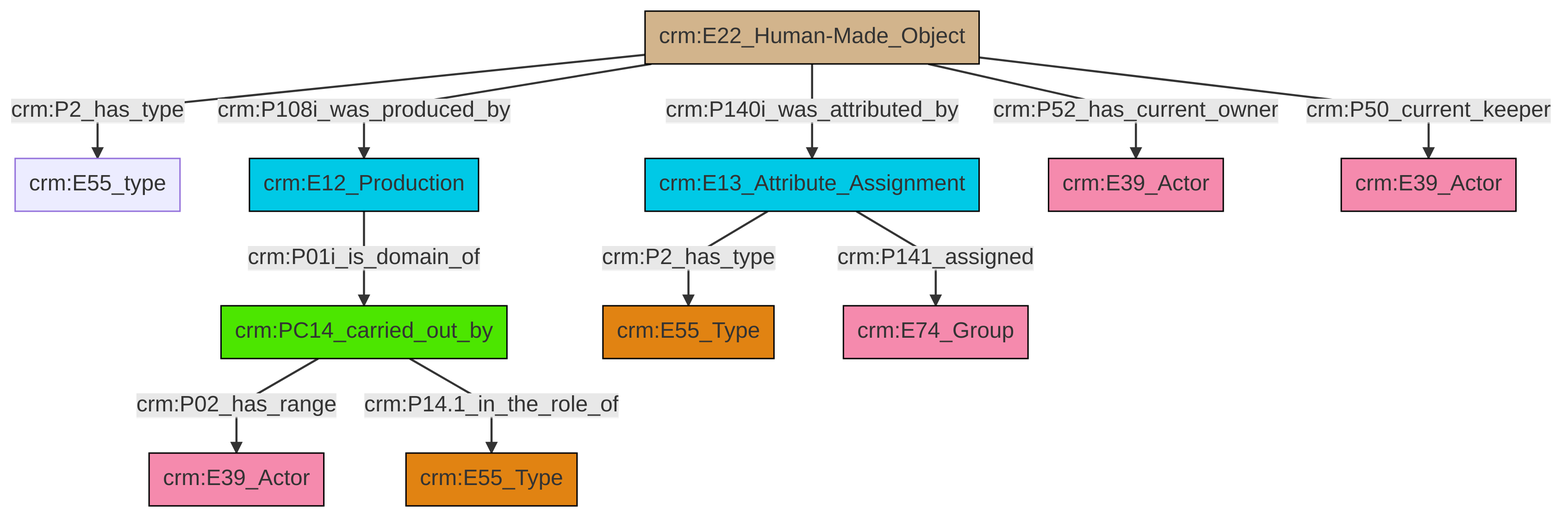
Above: et/artworkCSV/ttl/mmd/png/Artwork_Actor_Relations.png in swiss-art-research-net/docs.swissartresearch (Mermaid), before the change. Its source is kept beside it as et/artworkCSV/ttl/mmd/Artwork_Actor_Relations.ttl.mmd.
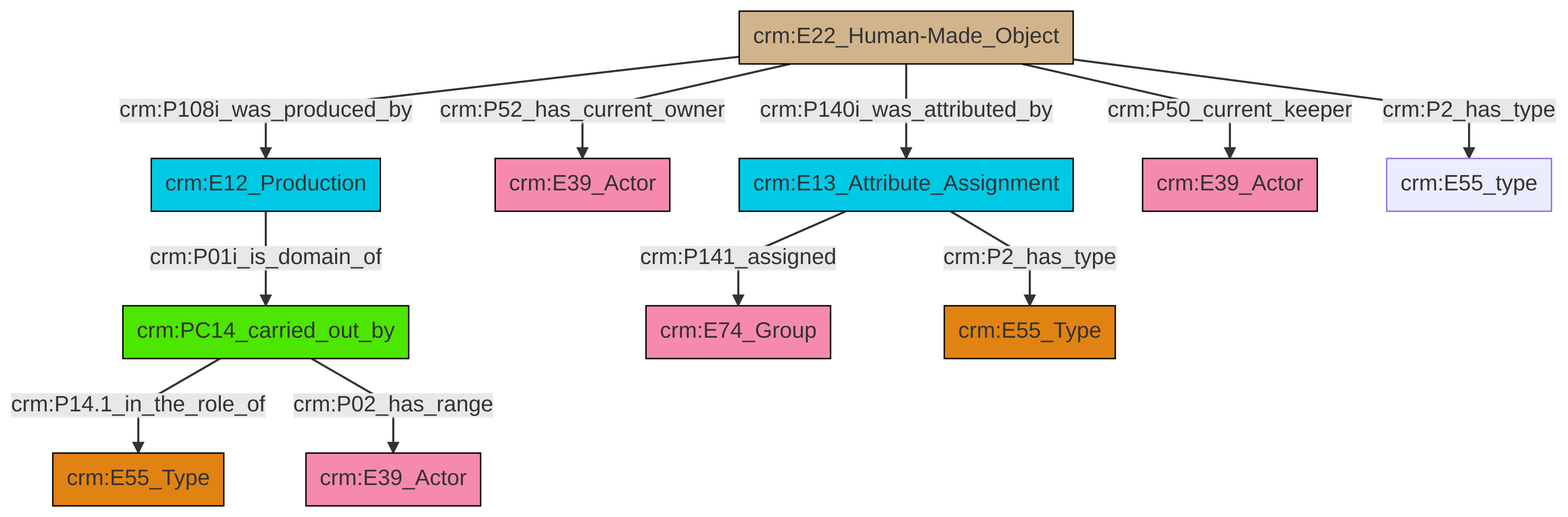
After the commit.

Change to the diagram source:
```diff
@@ -13,13 +13,13 @@
 classDef PC_Classes fill:#4ce600, stroke:#000000;
 classDef Multi fill:#cccccc,stroke:#000000;
 
-0["crm:E22_Human-Made_Object"]:::Physical_Thing -->|crm:P2_has_type| 1["crm:E55_type"]:::Default
-0["crm:E22_Human-Made_Object"]:::Physical_Thing -->|crm:P140i_was_attributed_by| 2["crm:E13_Attribute_Assignment"]:::Temporal_Entity
-5["crm:PC14_carried_out_by"]:::PC_Classes -->|crm:P02_has_range| 6["crm:E39_Actor"]:::Actor
-0["crm:E22_Human-Made_Object"]:::Physical_Thing -->|crm:P52_has_current_owner| 7["crm:E39_Actor"]:::Actor
-2["crm:E13_Attribute_Assignment"]:::Temporal_Entity -->|crm:P2_has_type| 10["crm:E55_Type"]:::Type
-2["crm:E13_Attribute_Assignment"]:::Temporal_Entity -->|crm:P141_assigned| 12["crm:E74_Group"]:::Actor
-3["crm:E12_Production"]:::Temporal_Entity -->|crm:P01i_is_domain_of| 5["crm:PC14_carried_out_by"]:::PC_Classes
-0["crm:E22_Human-Made_Object"]:::Physical_Thing -->|crm:P50_current_keeper| 14["crm:E39_Actor"]:::Actor
-0["crm:E22_Human-Made_Object"]:::Physical_Thing -->|crm:P108i_was_produced_by| 3["crm:E12_Production"]:::Temporal_Entity
-5["crm:PC14_carried_out_by"]:::PC_Classes -->|crm:P14.1_in_the_role_of| 8["crm:E55_Type"]:::Type
+2["crm:E22_Human-Made_Object"]:::Physical_Thing -->|crm:P52_has_current_owner| 3["crm:E39_Actor"]:::Actor
+4["crm:PC14_carried_out_by"]:::PC_Classes -->|crm:P14.1_in_the_role_of| 5["crm:E55_Type"]:::Type
+9["crm:E13_Attribute_Assignment"]:::Temporal_Entity -->|crm:P141_assigned| 10["crm:E74_Group"]:::Actor
+9["crm:E13_Attribute_Assignment"]:::Temporal_Entity -->|crm:P2_has_type| 11["crm:E55_Type"]:::Type
+2["crm:E22_Human-Made_Object"]:::Physical_Thing -->|crm:P108i_was_produced_by| 0["crm:E12_Production"]:::Temporal_Entity
+2["crm:E22_Human-Made_Object"]:::Physical_Thing -->|crm:P140i_was_attributed_by| 9["crm:E13_Attribute_Assignment"]:::Temporal_Entity
+2["crm:E22_Human-Made_Object"]:::Physical_Thing -->|crm:P2_has_type| 16["crm:E55_type"]:::Default
+4["crm:PC14_carried_out_by"]:::PC_Classes -->|crm:P02_has_range| 6["crm:E39_Actor"]:::Actor
+2["crm:E22_Human-Made_Object"]:::Physical_Thing -->|crm:P50_current_keeper| 12["crm:E39_Actor"]:::Actor
+0["crm:E12_Production"]:::Temporal_Entity -->|crm:P01i_is_domain_of| 4["crm:PC14_carried_out_by"]:::PC_Classes
```
